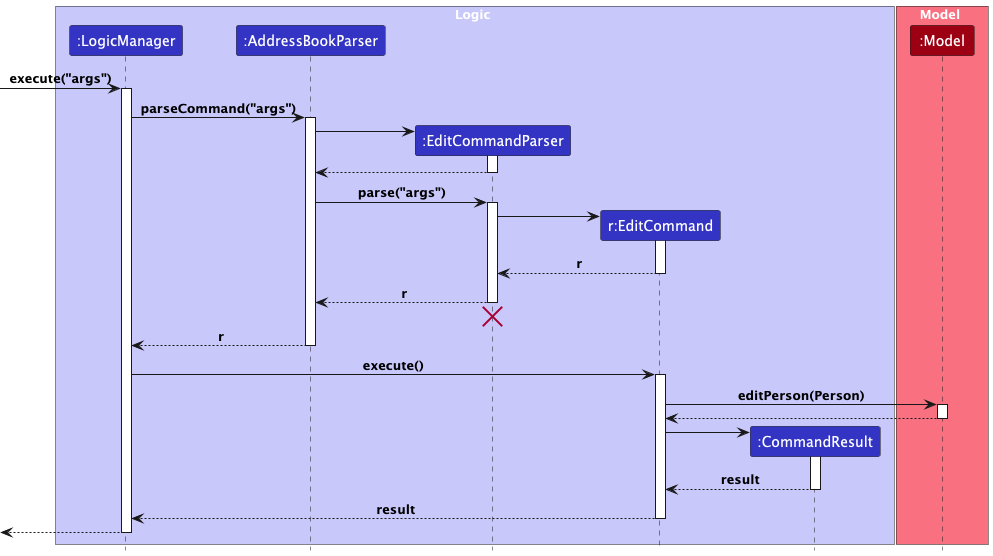
Before: docs/images/EditCommandSequenceDiagram.png, a diagram exported from PlantUML (nus-cs2103-AY2425S1/tp).
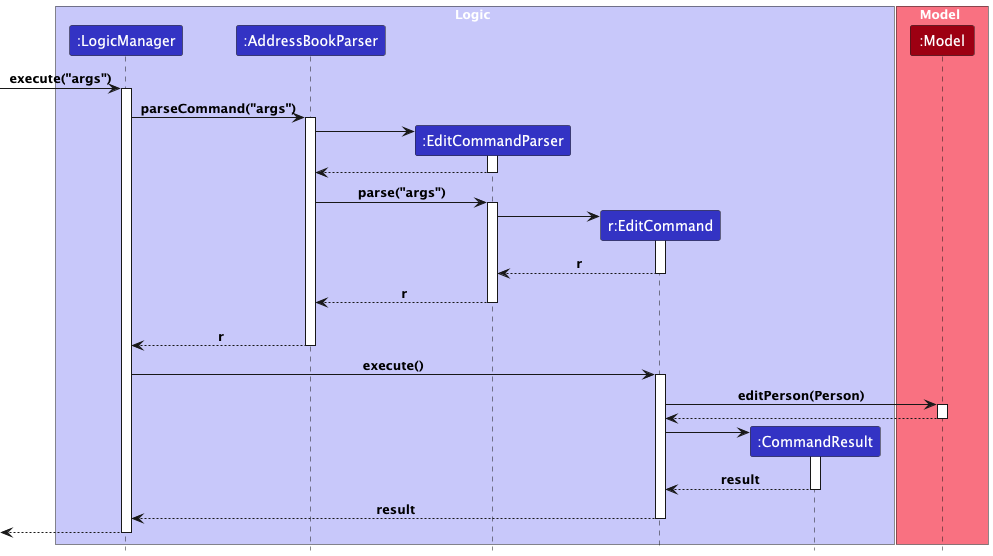
Later version of the same file.

What changed in the source:
```diff
@@ -40,7 +40,6 @@
 deactivate EditCommandParser
 
 EditCommandParser -[hidden]-> AddressBookParser
-destroy EditCommandParser
 
 AddressBookParser --> LogicManager : r
 deactivate AddressBookParser
```
